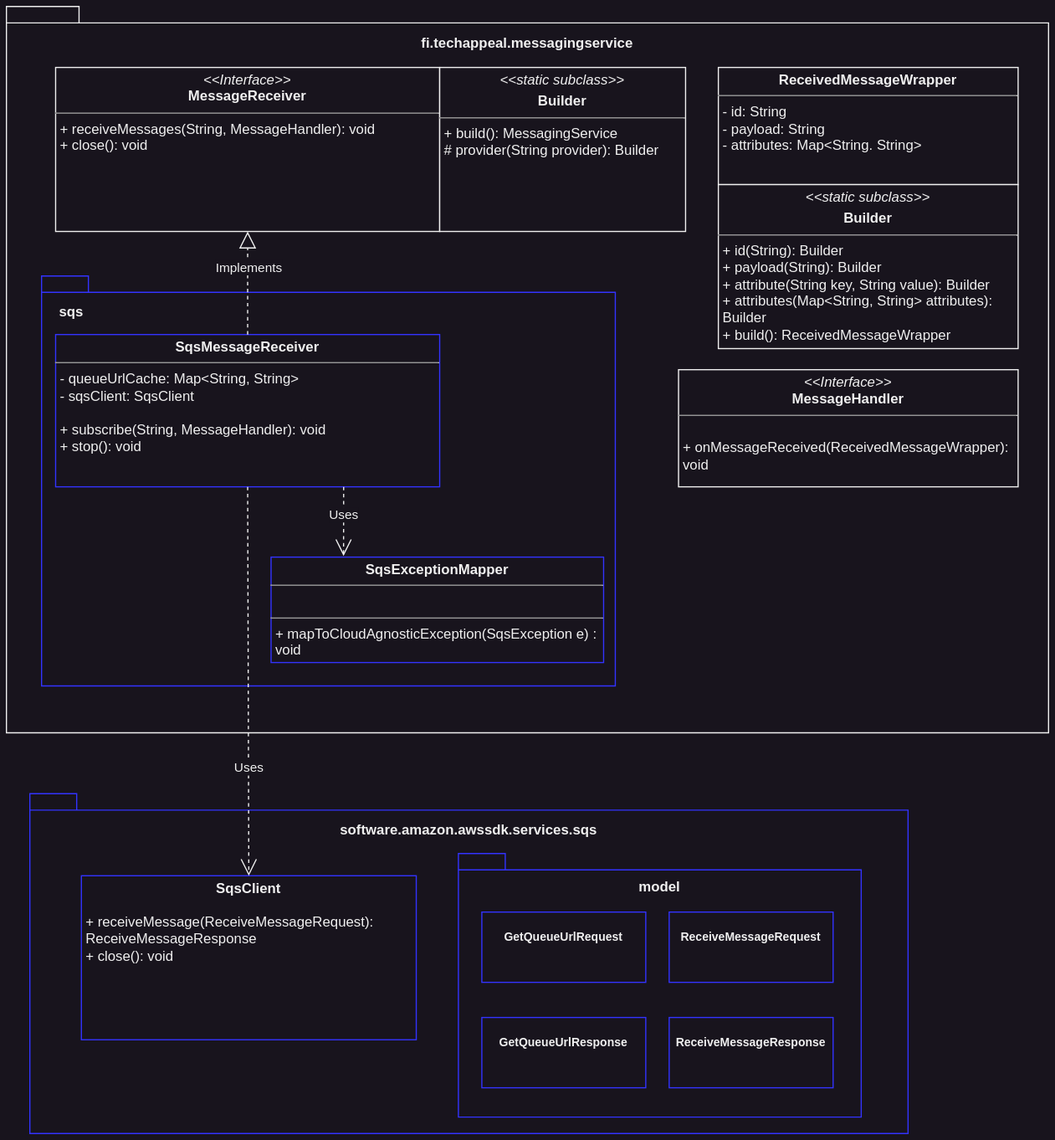
lampsa/messaging-service keeps this draw.io diagram as assets/receiver_class_diagram.svg. Above is the earlier version. Source tidied: cells renumbered, new cells last; positions are measured from the earlier drawing's top-left corner, leaving out a move shared by most shapes.
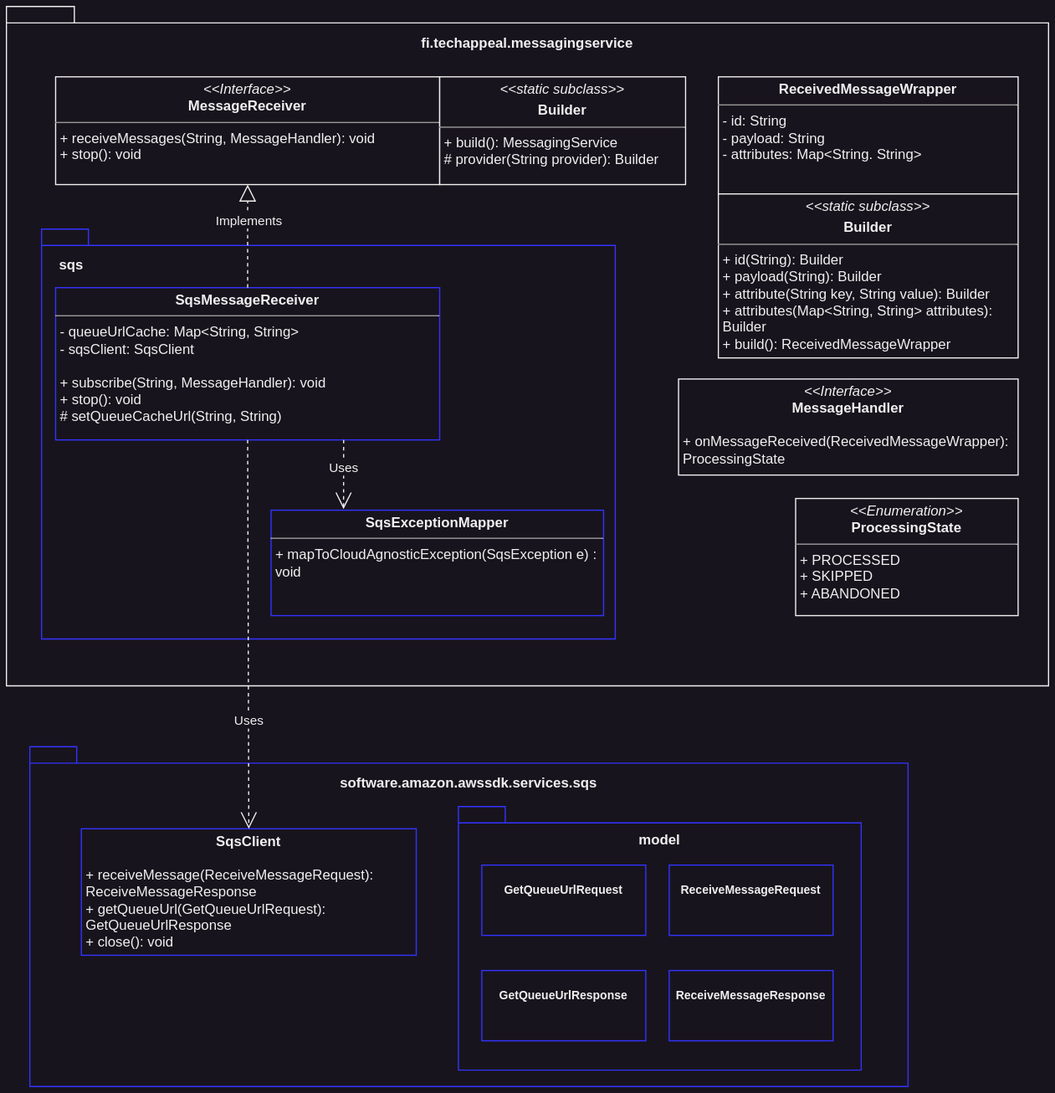
After the commit.

Commit message:
correcter MesssageReceiver interface: close -> stop

The edit, as a diff of the source:
```diff
@@ -3,16 +3,16 @@
     <mxCell id="0" />
     <mxCell id="1" parent="0" />
     <mxCell id="2" value="fi.techappeal.messagingservice" style="shape=folder;fontStyle=1;spacingTop=0;tabWidth=40;tabHeight=14;tabPosition=left;html=1;whiteSpace=wrap;verticalAlign=bottom;labelPosition=center;verticalLabelPosition=top;align=center;spacingBottom=-41;" parent="1" vertex="1">
-      <mxGeometry width="890" height="620" as="geometry" />
+      <mxGeometry y="40" width="890" height="580" as="geometry" />
     </mxCell>
-    <mxCell id="3" value="&lt;p style=&quot;margin:0px;margin-top:4px;text-align:center;&quot;&gt;&lt;i&gt;&amp;lt;&amp;lt;Interface&amp;gt;&amp;gt;&lt;/i&gt;&lt;br&gt;&lt;b&gt;MessageReceiver&lt;/b&gt;&lt;/p&gt;&lt;hr size=&quot;1&quot;&gt;&lt;p style=&quot;margin:0px;margin-left:4px;&quot;&gt;+ receiveMessages(String, MessageHandler): void&lt;/p&gt;&lt;p style=&quot;margin:0px;margin-left:4px;&quot;&gt;&lt;span style=&quot;background-color: initial;&quot;&gt;+ close(): void&lt;/span&gt;&lt;br&gt;&lt;/p&gt;" style="verticalAlign=top;align=left;overflow=fill;fontSize=12;fontFamily=Helvetica;html=1;whiteSpace=wrap;" parent="1" vertex="1">
-      <mxGeometry x="42" y="52" width="328" height="140" as="geometry" />
+    <mxCell id="3" value="&lt;p style=&quot;margin:0px;margin-top:4px;text-align:center;&quot;&gt;&lt;i&gt;&amp;lt;&amp;lt;Interface&amp;gt;&amp;gt;&lt;/i&gt;&lt;br&gt;&lt;b&gt;MessageReceiver&lt;/b&gt;&lt;/p&gt;&lt;hr size=&quot;1&quot;&gt;&lt;p style=&quot;margin:0px;margin-left:4px;&quot;&gt;+ receiveMessages(String, MessageHandler): void&lt;/p&gt;&lt;p style=&quot;margin:0px;margin-left:4px;&quot;&gt;&lt;span style=&quot;background-color: initial;&quot;&gt;+ stop(): void&lt;/span&gt;&lt;br&gt;&lt;/p&gt;" style="verticalAlign=top;align=left;overflow=fill;fontSize=12;fontFamily=Helvetica;html=1;whiteSpace=wrap;" parent="1" vertex="1">
+      <mxGeometry x="42" y="100" width="328" height="92" as="geometry" />
     </mxCell>
     <mxCell id="4" value="software.amazon.awssdk.services.sqs" style="shape=folder;fontStyle=1;spacingTop=0;tabWidth=40;tabHeight=14;tabPosition=left;html=1;whiteSpace=wrap;verticalAlign=bottom;labelPosition=center;verticalLabelPosition=top;align=center;spacingBottom=-40;strokeColor=#3333FF;" parent="1" vertex="1">
       <mxGeometry x="20" y="672" width="750" height="290" as="geometry" />
     </mxCell>
-    <mxCell id="5" value="&lt;p style=&quot;margin:0px;margin-top:4px;text-align:center;&quot;&gt;&lt;b&gt;SqsClient&lt;/b&gt;&lt;/p&gt;&lt;p style=&quot;margin:0px;margin-left:4px;&quot;&gt;&lt;br&gt;&lt;/p&gt;&lt;p style=&quot;margin:0px;margin-left:4px;&quot;&gt;+ receiveMessage(ReceiveMessageRequest): ReceiveMessageResponse&lt;/p&gt;&lt;p style=&quot;margin:0px;margin-left:4px;&quot;&gt;+ close(): void&lt;/p&gt;" style="verticalAlign=top;align=left;overflow=fill;fontSize=12;fontFamily=Helvetica;html=1;whiteSpace=wrap;strokeColor=#3333FF;" parent="1" vertex="1">
-      <mxGeometry x="64" y="742" width="286" height="140" as="geometry" />
+    <mxCell id="5" value="&lt;p style=&quot;margin:0px;margin-top:4px;text-align:center;&quot;&gt;&lt;b&gt;SqsClient&lt;/b&gt;&lt;/p&gt;&lt;p style=&quot;margin:0px;margin-left:4px;&quot;&gt;&lt;br&gt;&lt;/p&gt;&lt;p style=&quot;margin:0px;margin-left:4px;&quot;&gt;+ receiveMessage(ReceiveMessageRequest): ReceiveMessageResponse&lt;/p&gt;&lt;p style=&quot;margin:0px;margin-left:4px;&quot;&gt;+&amp;nbsp;getQueueUrl(GetQueueUrlRequest): GetQueueUrlResponse&lt;/p&gt;&lt;p style=&quot;margin:0px;margin-left:4px;&quot;&gt;+ close(): void&lt;/p&gt;" style="verticalAlign=top;align=left;overflow=fill;fontSize=12;fontFamily=Helvetica;html=1;whiteSpace=wrap;strokeColor=#3333FF;" parent="1" vertex="1">
+      <mxGeometry x="64" y="742" width="286" height="108" as="geometry" />
     </mxCell>
     <mxCell id="6" value="model" style="shape=folder;fontStyle=1;spacingTop=0;tabWidth=40;tabHeight=14;tabPosition=left;html=1;whiteSpace=wrap;labelPosition=center;verticalLabelPosition=top;align=center;verticalAlign=bottom;horizontal=1;spacingBottom=-38;strokeColor=#3333FF;" parent="1" vertex="1">
       <mxGeometry x="386" y="723" width="344" height="225" as="geometry" />
@@ -30,12 +30,12 @@
       <mxGeometry x="566" y="863" width="140" height="60" as="geometry" />
     </mxCell>
     <mxCell id="11" value="&lt;p style=&quot;margin:0px;margin-top:4px;text-align:center;&quot;&gt;&lt;b&gt;ReceivedMessageWrapper&lt;/b&gt;&lt;/p&gt;&lt;hr size=&quot;1&quot;&gt;&lt;p style=&quot;margin: 0px 0px 0px 4px;&quot;&gt;&lt;span style=&quot;background-color: initial;&quot;&gt;- id: String&lt;/span&gt;&lt;/p&gt;&lt;p style=&quot;margin:0px;margin-left:4px;&quot;&gt;&lt;span style=&quot;background-color: initial;&quot;&gt;- payload: String&lt;/span&gt;&lt;br&gt;&lt;/p&gt;&lt;p style=&quot;margin:0px;margin-left:4px;&quot;&gt;-&amp;nbsp;attributes: Map&amp;lt;String. String&amp;gt;&lt;/p&gt;&lt;div&gt;&lt;span style=&quot;background-color: initial;&quot;&gt;&lt;br&gt;&lt;/span&gt;&lt;/div&gt;" style="verticalAlign=top;align=left;overflow=fill;fontSize=12;fontFamily=Helvetica;html=1;whiteSpace=wrap;" parent="1" vertex="1">
-      <mxGeometry x="608" y="52" width="256" height="100" as="geometry" />
+      <mxGeometry x="608" y="100" width="256" height="100" as="geometry" />
     </mxCell>
     <mxCell id="12" value="sqs" style="shape=folder;fontStyle=1;spacingTop=0;tabWidth=40;tabHeight=14;tabPosition=left;html=1;labelPosition=left;verticalLabelPosition=top;align=right;verticalAlign=bottom;spacingLeft=0;spacingBottom=-38;spacing=0;spacingRight=-35;strokeColor=#3333FF;" parent="1" vertex="1">
       <mxGeometry x="30" y="230" width="490" height="350" as="geometry" />
     </mxCell>
-    <mxCell id="13" value="&lt;p style=&quot;margin:0px;margin-top:4px;text-align:center;&quot;&gt;&lt;b&gt;SqsMessageReceiver&lt;/b&gt;&lt;/p&gt;&lt;hr size=&quot;1&quot;&gt;&lt;p style=&quot;margin:0px;margin-left:4px;&quot;&gt;- queueUrlCache&lt;span style=&quot;background-color: initial;&quot;&gt;: Map&amp;lt;String, String&amp;gt;&lt;/span&gt;&lt;/p&gt;&lt;p style=&quot;margin:0px;margin-left:4px;&quot;&gt;- sqsClient: SqsClient&lt;/p&gt;&lt;p style=&quot;margin: 0px 0px 0px 4px;&quot;&gt;&lt;br&gt;+ subscribe(String, MessageHandler): void&lt;/p&gt;&lt;p style=&quot;margin: 0px 0px 0px 4px;&quot;&gt;+ stop(): void&lt;/p&gt;" style="verticalAlign=top;align=left;overflow=fill;fontSize=12;fontFamily=Helvetica;html=1;whiteSpace=wrap;strokeColor=#3333FF;" parent="1" vertex="1">
+    <mxCell id="13" value="&lt;p style=&quot;margin:0px;margin-top:4px;text-align:center;&quot;&gt;&lt;b&gt;SqsMessageReceiver&lt;/b&gt;&lt;/p&gt;&lt;hr size=&quot;1&quot;&gt;&lt;p style=&quot;margin:0px;margin-left:4px;&quot;&gt;- queueUrlCache&lt;span style=&quot;background-color: initial;&quot;&gt;: Map&amp;lt;String, String&amp;gt;&lt;/span&gt;&lt;/p&gt;&lt;p style=&quot;margin:0px;margin-left:4px;&quot;&gt;- sqsClient: SqsClient&lt;/p&gt;&lt;p style=&quot;margin: 0px 0px 0px 4px;&quot;&gt;&lt;br&gt;+ subscribe(String, MessageHandler): void&lt;/p&gt;&lt;p style=&quot;margin: 0px 0px 0px 4px;&quot;&gt;+ stop(): void&lt;/p&gt;&lt;p style=&quot;margin: 0px 0px 0px 4px;&quot;&gt;# setQueueCacheUrl(String, String)&lt;/p&gt;" style="verticalAlign=top;align=left;overflow=fill;fontSize=12;fontFamily=Helvetica;html=1;whiteSpace=wrap;strokeColor=#3333FF;" parent="1" vertex="1">
       <mxGeometry x="42" y="280" width="328" height="130" as="geometry" />
     </mxCell>
     <mxCell id="14" style="endArrow=block;dashed=1;endFill=0;endSize=12;html=1;rounded=0;exitX=0.5;exitY=0;exitDx=0;exitDy=0;entryX=0.5;entryY=1;entryDx=0;entryDy=0;edgeStyle=orthogonalEdgeStyle;" parent="1" edge="1" source="13" target="3">
@@ -49,20 +49,23 @@
     <mxCell id="16" value="Uses" style="endArrow=open;endSize=12;dashed=1;html=1;rounded=0;exitX=0.5;exitY=1;exitDx=0;exitDy=0;entryX=0.5;entryY=0;entryDx=0;entryDy=0;" parent="1" edge="1" source="13" target="5">
       <mxGeometry x="0.45" relative="1" as="geometry" />
     </mxCell>
-    <mxCell id="17" value="&lt;p style=&quot;margin:0px;margin-top:4px;text-align:center;&quot;&gt;&lt;b&gt;SqsExceptionMapper&lt;/b&gt;&lt;/p&gt;&lt;hr size=&quot;1&quot;&gt;&lt;p style=&quot;margin:0px;margin-left:4px;&quot;&gt;&lt;br&gt;&lt;/p&gt;&lt;hr size=&quot;1&quot;&gt;&lt;p style=&quot;margin: 0px 0px 0px 4px;&quot;&gt;+&amp;nbsp;mapToCloudAgnosticException(SqsException e) : void&lt;/p&gt;" style="verticalAlign=top;align=left;overflow=fill;fontSize=12;fontFamily=Helvetica;html=1;whiteSpace=wrap;strokeColor=#3333FF;" parent="1" vertex="1">
+    <mxCell id="17" value="&lt;p style=&quot;margin:0px;margin-top:4px;text-align:center;&quot;&gt;&lt;b&gt;SqsExceptionMapper&lt;/b&gt;&lt;/p&gt;&lt;hr size=&quot;1&quot;&gt;&lt;p style=&quot;margin: 0px 0px 0px 4px;&quot;&gt;+&amp;nbsp;mapToCloudAgnosticException(SqsException e) : void&lt;/p&gt;" style="verticalAlign=top;align=left;overflow=fill;fontSize=12;fontFamily=Helvetica;html=1;whiteSpace=wrap;strokeColor=#3333FF;" parent="1" vertex="1">
       <mxGeometry x="226" y="470" width="284" height="90" as="geometry" />
     </mxCell>
     <mxCell id="18" value="Uses" style="endArrow=open;endSize=12;dashed=1;html=1;rounded=0;exitX=0.75;exitY=1;exitDx=0;exitDy=0;entryX=0.218;entryY=-0.011;entryDx=0;entryDy=0;entryPerimeter=0;" parent="1" edge="1" source="13" target="17">
       <mxGeometry x="-0.19" relative="1" as="geometry" />
     </mxCell>
     <mxCell id="19" value="&lt;p style=&quot;margin:0px;margin-top:4px;text-align:center;&quot;&gt;&lt;i&gt;&amp;lt;&amp;lt;static subclass&amp;gt;&amp;gt;&lt;/i&gt;&lt;br&gt;&lt;/p&gt;&lt;p style=&quot;margin:0px;margin-top:4px;text-align:center;&quot;&gt;&lt;b&gt;Builder&lt;/b&gt;&lt;/p&gt;&lt;hr size=&quot;1&quot;&gt;&lt;p style=&quot;margin:0px;margin-left:4px;&quot;&gt;+ id(String): Builder&lt;/p&gt;&lt;p style=&quot;margin:0px;margin-left:4px;&quot;&gt;+ payload(String): Builder&lt;/p&gt;&lt;p style=&quot;margin: 0px 0px 0px 4px;&quot;&gt;+ attribute(String key, String value):&amp;nbsp;&lt;span style=&quot;background-color: initial;&quot;&gt;Builder&lt;/span&gt;&lt;/p&gt;&lt;p style=&quot;margin: 0px 0px 0px 4px;&quot;&gt;+ attributes(Map&amp;lt;String, String&amp;gt; attributes):&amp;nbsp;&lt;/p&gt;&lt;p style=&quot;margin: 0px 0px 0px 4px;&quot;&gt;Builder&lt;/p&gt;&lt;p style=&quot;margin:0px;margin-left:4px;&quot;&gt;+ build(): ReceivedMessageWrapper&lt;/p&gt;" style="verticalAlign=top;align=left;overflow=fill;fontSize=12;fontFamily=Helvetica;html=1;whiteSpace=wrap;" parent="1" vertex="1">
-      <mxGeometry x="608" y="152" width="256" height="140" as="geometry" />
+      <mxGeometry x="608" y="200" width="256" height="140" as="geometry" />
     </mxCell>
     <mxCell id="20" value="&lt;p style=&quot;margin:0px;margin-top:4px;text-align:center;&quot;&gt;&lt;i&gt;&amp;lt;&amp;lt;static subclass&amp;gt;&amp;gt;&lt;/i&gt;&lt;br&gt;&lt;/p&gt;&lt;p style=&quot;margin:0px;margin-top:4px;text-align:center;&quot;&gt;&lt;b&gt;Builder&lt;/b&gt;&lt;/p&gt;&lt;hr size=&quot;1&quot;&gt;&lt;p style=&quot;margin: 4px 0px 0px; text-align: center;&quot;&gt;&lt;/p&gt;&lt;p style=&quot;margin: 0px 0px 0px 4px;&quot;&gt;+&amp;nbsp;build(): MessagingService&lt;/p&gt;&lt;p style=&quot;margin: 0px 0px 0px 4px;&quot;&gt;&lt;span style=&quot;background-color: initial;&quot;&gt;# provider(String provider): Builder&lt;/span&gt;&lt;/p&gt;" style="verticalAlign=top;align=left;overflow=fill;fontSize=12;fontFamily=Helvetica;html=1;whiteSpace=wrap;" parent="1" vertex="1">
-      <mxGeometry x="370" y="52" width="210" height="140" as="geometry" />
+      <mxGeometry x="370" y="100" width="210" height="92" as="geometry" />
     </mxCell>
-    <mxCell id="21" value="&lt;p style=&quot;margin:0px;margin-top:4px;text-align:center;&quot;&gt;&lt;i&gt;&amp;lt;&amp;lt;Interface&amp;gt;&amp;gt;&lt;/i&gt;&lt;br&gt;&lt;b&gt;MessageHandler&lt;/b&gt;&lt;/p&gt;&lt;hr size=&quot;1&quot;&gt;&lt;p style=&quot;margin:0px;margin-left:4px;&quot;&gt;&lt;br&gt;&lt;/p&gt;&lt;p style=&quot;margin:0px;margin-left:4px;&quot;&gt;+&amp;nbsp;onMessageReceived&lt;span style=&quot;background-color: initial;&quot;&gt;(ReceivedMessageWrapper): void&lt;/span&gt;&lt;/p&gt;" style="verticalAlign=top;align=left;overflow=fill;fontSize=12;fontFamily=Helvetica;html=1;whiteSpace=wrap;" parent="1" vertex="1">
-      <mxGeometry x="574" y="310" width="290" height="100" as="geometry" />
+    <mxCell id="21" value="&lt;p style=&quot;margin:0px;margin-top:4px;text-align:center;&quot;&gt;&lt;i&gt;&amp;lt;&amp;lt;Interface&amp;gt;&amp;gt;&lt;/i&gt;&lt;br&gt;&lt;b&gt;MessageHandler&lt;/b&gt;&lt;/p&gt;&lt;p style=&quot;margin:0px;margin-left:4px;&quot;&gt;&lt;br&gt;&lt;/p&gt;&lt;p style=&quot;margin:0px;margin-left:4px;&quot;&gt;+&amp;nbsp;onMessageReceived&lt;span style=&quot;background-color: initial;&quot;&gt;(ReceivedMessageWrapper): ProcessingState&lt;/span&gt;&lt;/p&gt;" style="verticalAlign=top;align=left;overflow=fill;fontSize=12;fontFamily=Helvetica;html=1;whiteSpace=wrap;" parent="1" vertex="1">
+      <mxGeometry x="574" y="358" width="290" height="82" as="geometry" />
     </mxCell>
+    <mxCell id="22" value="&lt;p style=&quot;margin:0px;margin-top:4px;text-align:center;&quot;&gt;&lt;i&gt;&amp;lt;&amp;lt;Enumeration&amp;gt;&amp;gt;&lt;/i&gt;&lt;br&gt;&lt;b&gt;ProcessingState&lt;/b&gt;&lt;/p&gt;&lt;hr size=&quot;1&quot;&gt;&lt;p style=&quot;margin:0px;margin-left:4px;&quot;&gt;+ PROCESSED&lt;br&gt;+ SKIPPED&lt;/p&gt;&lt;p style=&quot;margin:0px;margin-left:4px;&quot;&gt;+ ABANDONED&lt;/p&gt;" style="verticalAlign=top;align=left;overflow=fill;fontSize=12;fontFamily=Helvetica;html=1;whiteSpace=wrap;" parent="1" vertex="1">
+      <mxGeometry x="674" y="460" width="190" height="100" as="geometry" />
+    </mxCell>
   </root>
 </mxGraphModel>
```
